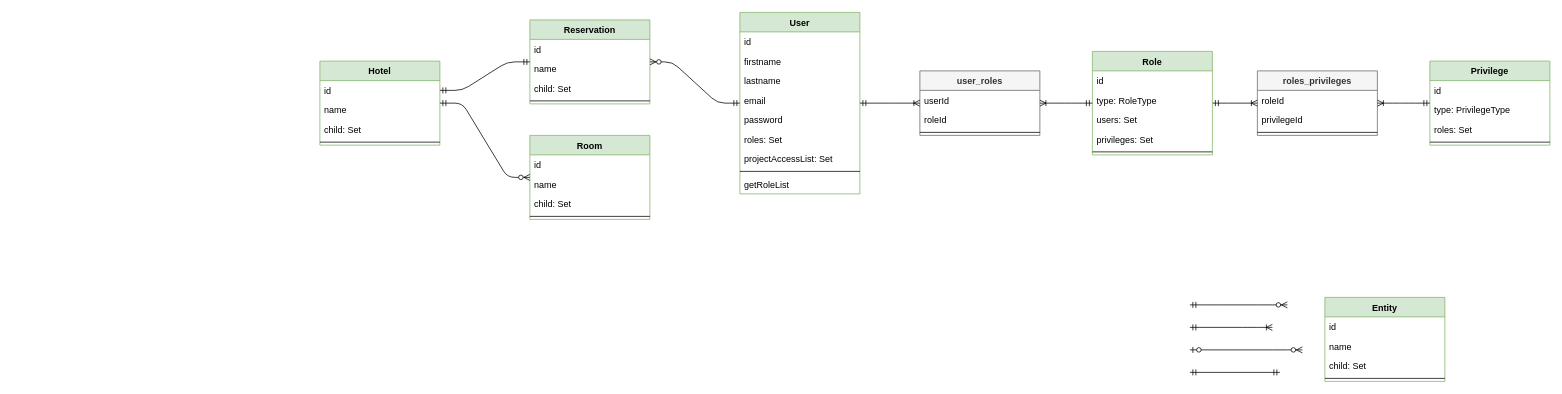
Above: docs/3 infrastructure/database model.drawio in catalinaluta/travel-app (draw.io), before the change. Source tidied: cells renumbered, new cells numbered last; positions are measured from the earlier drawing's top-left corner, leaving out a move shared by most shapes. Both pictures are drawn from the tidied source at 75%, with x=0, y=0 at pixel (320, 12).
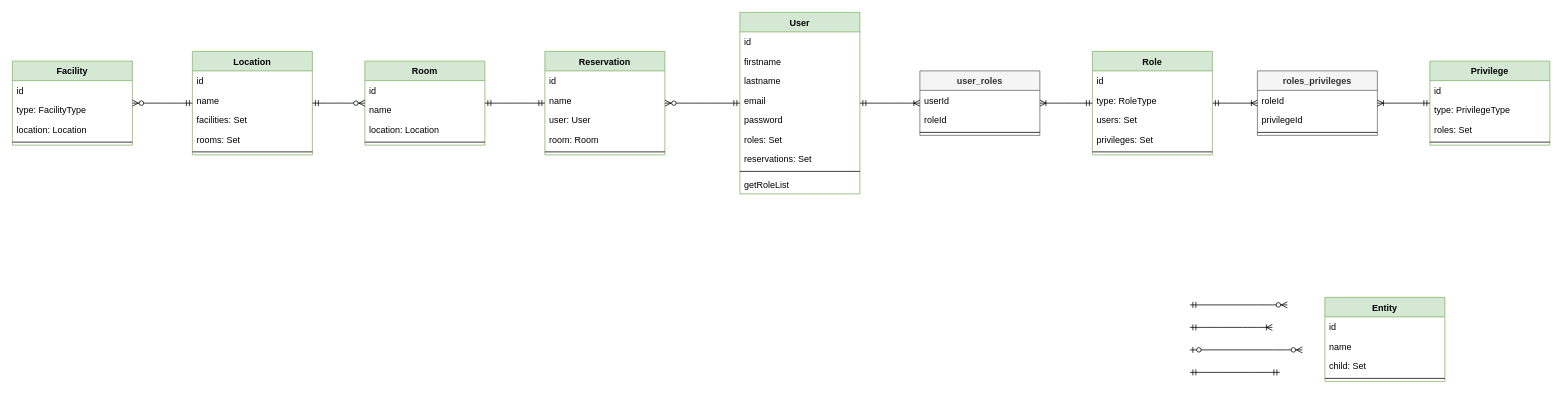
Above is the later version.

The change refers to these unchanged cells:
```xml
<mxCell id="13" value="User" style="swimlane;fontStyle=1;align=center;verticalAlign=top;horizontal=1;startSize=26;fillColor=#d5e8d4;strokeColor=#82b366;" parent="1" vertex="1">
  <mxGeometry x="560" width="160" height="242" as="geometry" />
</mxCell>
<mxCell id="55" value="id" style="text;strokeColor=none;fillColor=none;align=left;verticalAlign=top;spacingLeft=4;spacingRight=4;overflow=hidden;points=[[0,0.5],[1,0.5]];portConstraint=eastwest;" parent="54" vertex="1">
  <mxGeometry y="26" width="160" height="26" as="geometry" />
</mxCell>
```

Change to the diagram source:
```diff
@@
-    <mxCell id="20" value="projectAccessList: Set" style="text;strokeColor=none;fillColor=none;align=left;verticalAlign=top;spacingLeft=4;spacingRight=4;overflow=hidden;" parent="13" vertex="1">
+    <mxCell id="20" value="reservations: Set" style="text;strokeColor=none;fillColor=none;align=left;verticalAlign=top;spacingLeft=4;spacingRight=4;overflow=hidden;" parent="13" vertex="1">
       <mxGeometry y="182" width="160" height="26" as="geometry" />
     </mxCell>
@@
     <mxCell id="44" value="Reservation" style="swimlane;fontStyle=1;align=center;verticalAlign=top;horizontal=1;startSize=26;fillColor=#d5e8d4;strokeColor=#82b366;" parent="1" vertex="1">
-      <mxGeometry x="280" y="10" width="160" height="112" as="geometry" />
+      <mxGeometry x="300" y="52" width="160" height="138" as="geometry" />
     </mxCell>
@@
+    <mxCell id="62" value="name" style="text;strokeColor=none;fillColor=none;align=left;verticalAlign=top;spacingLeft=4;spacingRight=4;overflow=hidden;" parent="44" vertex="1">
+      <mxGeometry y="52" width="160" height="26" as="geometry" />
+    </mxCell>
-    <mxCell id="46" value="name" style="text;strokeColor=none;fillColor=none;align=left;verticalAlign=top;spacingLeft=4;spacingRight=4;overflow=hidden;" parent="44" vertex="1">
-      <mxGeometry y="52" width="160" height="26" as="geometry" />
+    <mxCell id="46" value="user: User" style="text;strokeColor=none;fillColor=none;align=left;verticalAlign=top;spacingLeft=4;spacingRight=4;overflow=hidden;" parent="44" vertex="1">
+      <mxGeometry y="78" width="160" height="26" as="geometry" />
     </mxCell>
-    <mxCell id="47" value="child: Set" style="text;strokeColor=none;fillColor=none;align=left;verticalAlign=top;spacingLeft=4;spacingRight=4;overflow=hidden;" parent="44" vertex="1">
-      <mxGeometry y="78" width="160" height="26" as="geometry" />
+    <mxCell id="47" value="room: Room" style="text;strokeColor=none;fillColor=none;align=left;verticalAlign=top;spacingLeft=4;spacingRight=4;overflow=hidden;" parent="44" vertex="1">
+      <mxGeometry y="104" width="160" height="26" as="geometry" />
     </mxCell>
     <mxCell id="48" style="line;strokeWidth=1;fillColor=none;align=left;verticalAlign=middle;spacingTop=-1;spacingLeft=3;spacingRight=3;labelPosition=right;" parent="44" vertex="1">
-      <mxGeometry y="104" width="160" height="8" as="geometry" />
+      <mxGeometry y="130" width="160" height="8" as="geometry" />
     </mxCell>
     <mxCell id="49" value="Room" style="swimlane;fontStyle=1;align=center;verticalAlign=top;horizontal=1;startSize=26;fillColor=#d5e8d4;strokeColor=#82b366;" parent="1" vertex="1">
-      <mxGeometry x="280" y="164" width="160" height="112" as="geometry" />
+      <mxGeometry x="60" y="65" width="160" height="112" as="geometry" />
     </mxCell>
@@
-    <mxCell id="52" value="child: Set" style="text;strokeColor=none;fillColor=none;align=left;verticalAlign=top;spacingLeft=4;spacingRight=4;overflow=hidden;" parent="49" vertex="1">
+    <mxCell id="52" value="location: Location" style="text;strokeColor=none;fillColor=none;align=left;verticalAlign=top;spacingLeft=4;spacingRight=4;overflow=hidden;" parent="49" vertex="1">
       <mxGeometry y="78" width="160" height="26" as="geometry" />
     </mxCell>
@@
-    <mxCell id="54" value="Hotel" style="swimlane;fontStyle=1;align=center;verticalAlign=top;horizontal=1;startSize=26;fillColor=#d5e8d4;strokeColor=#82b366;" parent="1" vertex="1">
-      <mxGeometry y="65" width="160" height="112" as="geometry" />
+    <mxCell id="54" value="Location" style="swimlane;fontStyle=1;align=center;verticalAlign=top;horizontal=1;startSize=26;fillColor=#d5e8d4;strokeColor=#82b366;" parent="1" vertex="1">
+      <mxGeometry x="-170" y="52" width="160" height="138" as="geometry" />
     </mxCell>
@@
+    <mxCell id="63" value="name" style="text;strokeColor=none;fillColor=none;align=left;verticalAlign=top;spacingLeft=4;spacingRight=4;overflow=hidden;" parent="54" vertex="1">
+      <mxGeometry y="52" width="160" height="26" as="geometry" />
+    </mxCell>
-    <mxCell id="56" value="name" style="text;strokeColor=none;fillColor=none;align=left;verticalAlign=top;spacingLeft=4;spacingRight=4;overflow=hidden;" parent="54" vertex="1">
-      <mxGeometry y="52" width="160" height="26" as="geometry" />
+    <mxCell id="56" value="facilities: Set" style="text;strokeColor=none;fillColor=none;align=left;verticalAlign=top;spacingLeft=4;spacingRight=4;overflow=hidden;" parent="54" vertex="1">
+      <mxGeometry y="78" width="160" height="26" as="geometry" />
     </mxCell>
-    <mxCell id="57" value="child: Set" style="text;strokeColor=none;fillColor=none;align=left;verticalAlign=top;spacingLeft=4;spacingRight=4;overflow=hidden;" parent="54" vertex="1">
-      <mxGeometry y="78" width="160" height="26" as="geometry" />
+    <mxCell id="57" value="rooms: Set" style="text;strokeColor=none;fillColor=none;align=left;verticalAlign=top;spacingLeft=4;spacingRight=4;overflow=hidden;" parent="54" vertex="1">
+      <mxGeometry y="104" width="160" height="26" as="geometry" />
     </mxCell>
     <mxCell id="58" style="line;strokeWidth=1;fillColor=none;align=left;verticalAlign=middle;spacingTop=-1;spacingLeft=3;spacingRight=3;labelPosition=right;" parent="54" vertex="1">
-      <mxGeometry y="104" width="160" height="8" as="geometry" />
+      <mxGeometry y="130" width="160" height="8" as="geometry" />
     </mxCell>
@@
-    <mxCell id="61" style="edgeStyle=entityRelationEdgeStyle;fontSize=12;html=1;endArrow=ERmandOne;startArrow=ERmandOne;exitX=1;exitY=0.5;exitDx=0;exitDy=0;" parent="1" edge="1" source="55" target="44">
+    <mxCell id="61" style="edgeStyle=entityRelationEdgeStyle;fontSize=12;html=1;endArrow=ERmandOne;startArrow=ERmandOne;" parent="1" edge="1" source="49" target="44">
       <mxGeometry relative="1" as="geometry" />
     </mxCell>
+    <mxCell id="64" value="Facility" style="swimlane;fontStyle=1;align=center;verticalAlign=top;horizontal=1;startSize=26;fillColor=#d5e8d4;strokeColor=#82b366;" parent="1" vertex="1">
+      <mxGeometry x="-410" y="65" width="160" height="112" as="geometry" />
+    </mxCell>
+    <mxCell id="65" value="id" style="text;strokeColor=none;fillColor=none;align=left;verticalAlign=top;spacingLeft=4;spacingRight=4;overflow=hidden;" parent="64" vertex="1">
+      <mxGeometry y="26" width="160" height="26" as="geometry" />
+    </mxCell>
+    <mxCell id="66" value="type: FacilityType" style="text;strokeColor=none;fillColor=none;align=left;verticalAlign=top;spacingLeft=4;spacingRight=4;overflow=hidden;" parent="64" vertex="1">
+      <mxGeometry y="52" width="160" height="26" as="geometry" />
+    </mxCell>
+    <mxCell id="67" value="location: Location" style="text;strokeColor=none;fillColor=none;align=left;verticalAlign=top;spacingLeft=4;spacingRight=4;overflow=hidden;" parent="64" vertex="1">
+      <mxGeometry y="78" width="160" height="26" as="geometry" />
+    </mxCell>
+    <mxCell id="68" style="line;strokeWidth=1;fillColor=none;align=left;verticalAlign=middle;spacingTop=-1;spacingLeft=3;spacingRight=3;labelPosition=right;" parent="64" vertex="1">
+      <mxGeometry y="104" width="160" height="8" as="geometry" />
+    </mxCell>
+    <mxCell id="69" style="edgeStyle=entityRelationEdgeStyle;fontSize=12;html=1;endArrow=ERzeroToMany;startArrow=ERmandOne;" parent="1" edge="1" source="54" target="64">
+      <mxGeometry relative="1" as="geometry" />
+    </mxCell>
```
